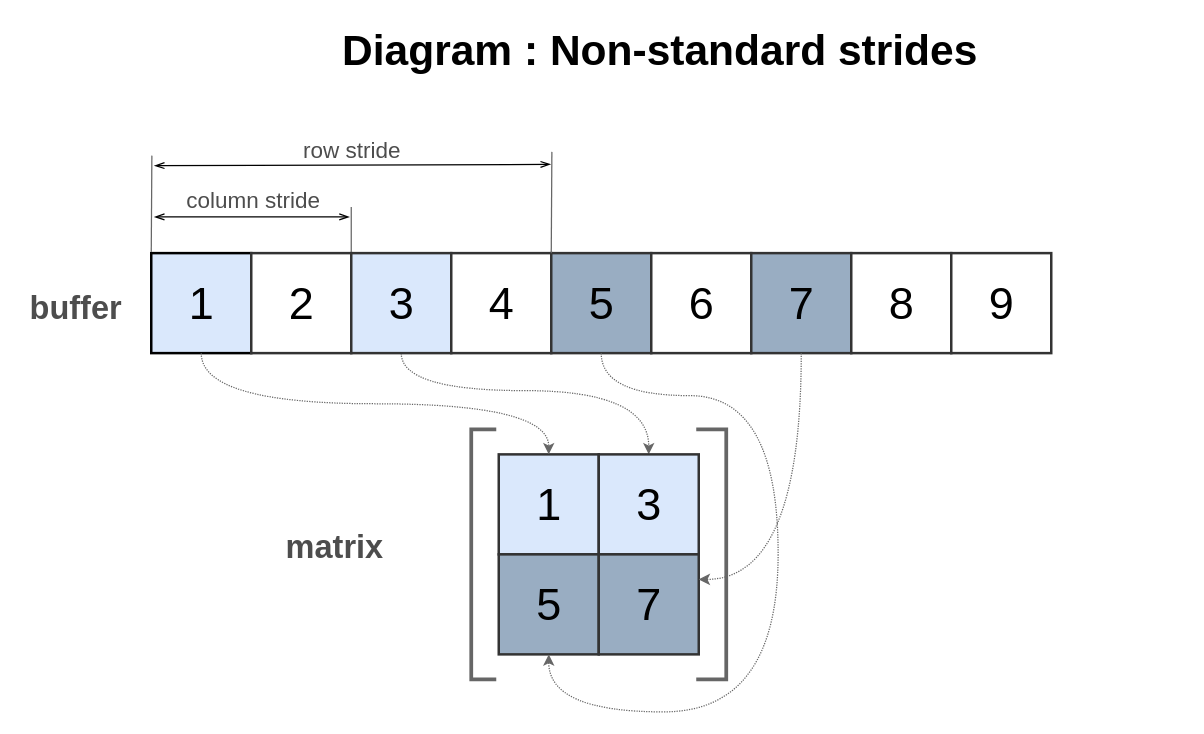
This is page "NonStandardStrides" (3 of 4) of doc/img/Matrix.drawio from Wandalen/wMathMatrix, a draw.io file, before an edit. Source tidied: cells renumbered, new cells numbered last; positions are measured from the earlier drawing's top-left corner, leaving out a move shared by most shapes. Both pictures are drawn from the tidied source at 125%, with x=0, y=0 at pixel (21, 21).
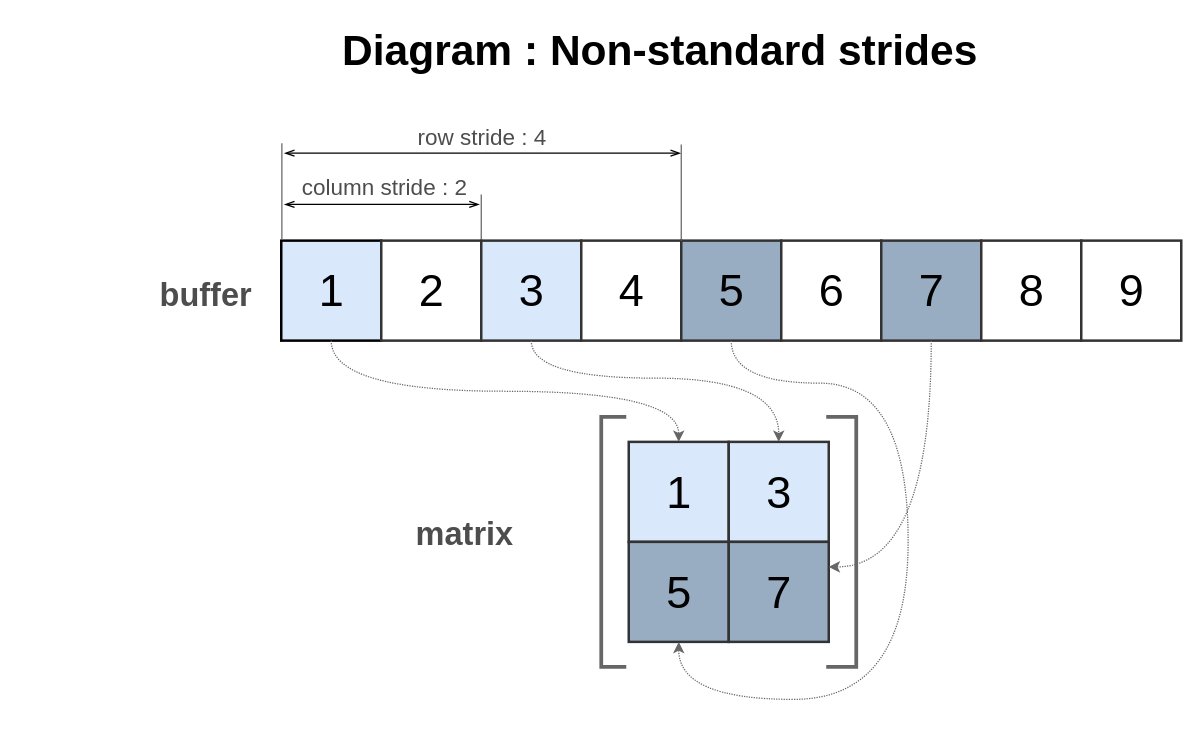
Above is the later version.

What changed in the source:
```diff
@@
+    <mxCell id="15" value="Diagram : Non-standard strides&amp;nbsp;" style="text;html=1;align=center;verticalAlign=middle;fontSize=34;fontColor=#000000;fontStyle=1;" parent="1" vertex="1">
+      <mxGeometry x="251" width="527" height="46" as="geometry" />
+    </mxCell>
+    <mxCell id="31" style="group;" parent="1" vertex="1">
+      <mxGeometry x="104" y="79" width="823.5" height="463" as="geometry" />
+    </mxCell>
-    <mxCell id="2" value="1" style="whiteSpace=wrap;html=1;strokeWidth=2;fontSize=36;strokeColor=#000000;fillColor=#DAE8FC;" parent="1" vertex="1">
-      <mxGeometry x="103.5" y="185" width="80" height="80" as="geometry" />
+    <mxCell id="2" value="1" style="whiteSpace=wrap;html=1;strokeWidth=2;fontSize=36;strokeColor=#000000;fillColor=#DAE8FC;" parent="31" vertex="1">
+      <mxGeometry x="103.5" y="96" width="80" height="80" as="geometry" />
     </mxCell>
-    <mxCell id="3" value="2" style="whiteSpace=wrap;html=1;strokeWidth=2;fontSize=36;fillColor=#FFFFFF;strokeColor=#333333;" parent="1" vertex="1">
-      <mxGeometry x="183.5" y="185" width="80" height="80" as="geometry" />
+    <mxCell id="3" value="2" style="whiteSpace=wrap;html=1;strokeWidth=2;fontSize=36;fillColor=#FFFFFF;strokeColor=#333333;" parent="31" vertex="1">
+      <mxGeometry x="183.5" y="96" width="80" height="80" as="geometry" />
     </mxCell>
-    <mxCell id="4" style="edgeStyle=orthogonalEdgeStyle;rounded=0;jettySize=auto;html=1;exitX=0.5;exitY=1;exitDx=0;exitDy=0;entryX=0.5;entryY=0;entryDx=0;entryDy=0;strokeColor=#666666;curved=1;dashed=1;dashPattern=1 1;" parent="1" edge="1" source="5" target="18">
-      <mxGeometry relative="1" as="geometry">
-        <Array as="points">
-          <mxPoint x="304" y="295" />
-          <mxPoint x="501" y="295" />
-        </Array>
-      </mxGeometry>
-    </mxCell>
-    <mxCell id="5" value="3" style="whiteSpace=wrap;html=1;strokeWidth=2;fontSize=36;strokeColor=#333333;fillColor=#DAE8FC;" parent="1" vertex="1">
-      <mxGeometry x="263.5" y="185" width="80" height="80" as="geometry" />
+    <mxCell id="5" value="3" style="whiteSpace=wrap;html=1;strokeWidth=2;fontSize=36;strokeColor=#333333;fillColor=#DAE8FC;" parent="31" vertex="1">
+      <mxGeometry x="263.5" y="96" width="80" height="80" as="geometry" />
     </mxCell>
-    <mxCell id="6" value="4" style="whiteSpace=wrap;html=1;strokeWidth=2;fontSize=36;fillColor=#FFFFFF;strokeColor=#333333;" parent="1" vertex="1">
-      <mxGeometry x="343.5" y="185" width="80" height="80" as="geometry" />
+    <mxCell id="6" value="4" style="whiteSpace=wrap;html=1;strokeWidth=2;fontSize=36;fillColor=#FFFFFF;strokeColor=#333333;" parent="31" vertex="1">
+      <mxGeometry x="343.5" y="96" width="80" height="80" as="geometry" />
     </mxCell>
-    <mxCell id="7" value="5" style="whiteSpace=wrap;html=1;strokeWidth=2;fontSize=36;strokeColor=#333333;fillColor=#99ADC2;gradientColor=none;fontColor=#000000;" parent="1" vertex="1">
-      <mxGeometry x="423.5" y="185" width="80" height="80" as="geometry" />
+    <mxCell id="7" value="5" style="whiteSpace=wrap;html=1;strokeWidth=2;fontSize=36;strokeColor=#333333;fillColor=#99ADC2;gradientColor=none;fontColor=#000000;" parent="31" vertex="1">
+      <mxGeometry x="423.5" y="96" width="80" height="80" as="geometry" />
     </mxCell>
-    <mxCell id="8" value="6" style="whiteSpace=wrap;html=1;strokeWidth=2;fontSize=36;fillColor=#FFFFFF;strokeColor=#333333;" parent="1" vertex="1">
-      <mxGeometry x="503.5" y="185" width="80" height="80" as="geometry" />
+    <mxCell id="8" value="6" style="whiteSpace=wrap;html=1;strokeWidth=2;fontSize=36;fillColor=#FFFFFF;strokeColor=#333333;" parent="31" vertex="1">
+      <mxGeometry x="503.5" y="96" width="80" height="80" as="geometry" />
     </mxCell>
-    <mxCell id="9" value="7" style="whiteSpace=wrap;html=1;strokeWidth=2;fontSize=36;strokeColor=#333333;fillColor=#99ADC2;fontColor=#000000;" parent="1" vertex="1">
-      <mxGeometry x="583.5" y="185" width="80" height="80" as="geometry" />
+    <mxCell id="9" value="7" style="whiteSpace=wrap;html=1;strokeWidth=2;fontSize=36;strokeColor=#333333;fillColor=#99ADC2;fontColor=#000000;" parent="31" vertex="1">
+      <mxGeometry x="583.5" y="96" width="80" height="80" as="geometry" />
     </mxCell>
-    <mxCell id="10" value="buffer" style="text;html=1;align=center;verticalAlign=middle;fontSize=26;fontColor=#4D4D4D;fontStyle=1;" parent="1" vertex="1">
-      <mxGeometry y="211" width="85" height="36" as="geometry" />
+    <mxCell id="10" value="buffer" style="text;html=1;align=center;verticalAlign=middle;fontSize=26;fontColor=#4D4D4D;fontStyle=1;" parent="31" vertex="1">
+      <mxGeometry y="122" width="85" height="36" as="geometry" />
     </mxCell>
-    <mxCell id="11" value="column stride" style="text;html=1;align=center;verticalAlign=middle;fontSize=18;fontColor=#4D4D4D;" parent="1" vertex="1">
-      <mxGeometry x="126" y="129" width="118" height="27" as="geometry" />
+    <mxCell id="11" value="column stride : 2" style="text;html=1;align=center;verticalAlign=middle;fontSize=18;fontColor=#4D4D4D;" parent="31" vertex="1">
+      <mxGeometry x="114" y="40" width="143" height="27" as="geometry" />
     </mxCell>
-    <mxCell id="12" value="8" style="whiteSpace=wrap;html=1;strokeWidth=2;fontSize=36;strokeColor=#333333;" parent="1" vertex="1">
-      <mxGeometry x="663.5" y="185" width="80" height="80" as="geometry" />
+    <mxCell id="12" value="8" style="whiteSpace=wrap;html=1;strokeWidth=2;fontSize=36;strokeColor=#333333;" parent="31" vertex="1">
+      <mxGeometry x="663.5" y="96" width="80" height="80" as="geometry" />
     </mxCell>
-    <mxCell id="13" value="9" style="whiteSpace=wrap;html=1;strokeWidth=2;fontSize=36;strokeColor=#333333;" parent="1" vertex="1">
-      <mxGeometry x="743.5" y="185" width="80" height="80" as="geometry" />
+    <mxCell id="13" value="9" style="whiteSpace=wrap;html=1;strokeWidth=2;fontSize=36;strokeColor=#333333;" parent="31" vertex="1">
+      <mxGeometry x="743.5" y="96" width="80" height="80" as="geometry" />
     </mxCell>
-    <mxCell id="14" value="row stride" style="text;html=1;align=center;verticalAlign=middle;fontSize=18;fontColor=#4D4D4D;" parent="1" vertex="1">
-      <mxGeometry x="219" y="89" width="89" height="27" as="geometry" />
+    <mxCell id="14" value="row stride : 4" style="text;html=1;align=center;verticalAlign=middle;fontSize=18;fontColor=#4D4D4D;" parent="31" vertex="1">
+      <mxGeometry x="207" width="114" height="27" as="geometry" />
     </mxCell>
-    <mxCell id="15" value="Diagram : Non-standard strides&amp;nbsp;" style="text;html=1;align=center;verticalAlign=middle;fontSize=34;fontColor=#000000;fontStyle=1;" parent="1" vertex="1">
-      <mxGeometry x="251" width="527" height="46" as="geometry" />
-    </mxCell>
-    <mxCell id="16" value="matrix" style="text;html=1;align=center;verticalAlign=middle;fontSize=26;fontColor=#4D4D4D;fontStyle=1;" parent="1" vertex="1">
-      <mxGeometry x="206" y="402" width="88" height="36" as="geometry" />
+    <mxCell id="16" value="matrix" style="text;html=1;align=center;verticalAlign=middle;fontSize=26;fontColor=#4D4D4D;fontStyle=1;" parent="31" vertex="1">
+      <mxGeometry x="206" y="313" width="88" height="36" as="geometry" />
     </mxCell>
-    <mxCell id="17" value="1" style="whiteSpace=wrap;html=1;strokeWidth=2;fontSize=36;strokeColor=#333333;fillColor=#DAE8FC;fontColor=#000000;" parent="1" vertex="1">
-      <mxGeometry x="381.5" y="346" width="80" height="80" as="geometry" />
+    <mxCell id="17" value="1" style="whiteSpace=wrap;html=1;strokeWidth=2;fontSize=36;strokeColor=#333333;fillColor=#DAE8FC;fontColor=#000000;" parent="31" vertex="1">
+      <mxGeometry x="381.5" y="257" width="80" height="80" as="geometry" />
     </mxCell>
-    <mxCell id="18" value="3" style="whiteSpace=wrap;html=1;strokeWidth=2;fontSize=36;strokeColor=#333333;fillColor=#DAE8FC;fontColor=#000000;" parent="1" vertex="1">
-      <mxGeometry x="461.5" y="346" width="80" height="80" as="geometry" />
+    <mxCell id="18" value="3" style="whiteSpace=wrap;html=1;strokeWidth=2;fontSize=36;strokeColor=#333333;fillColor=#DAE8FC;fontColor=#000000;" parent="31" vertex="1">
+      <mxGeometry x="461.5" y="257" width="80" height="80" as="geometry" />
     </mxCell>
-    <mxCell id="19" value="5" style="whiteSpace=wrap;html=1;strokeWidth=2;fontSize=36;strokeColor=#333333;fillColor=#99ADC2;gradientColor=none;" parent="1" vertex="1">
-      <mxGeometry x="381.5" y="426" width="80" height="80" as="geometry" />
+    <mxCell id="19" value="5" style="whiteSpace=wrap;html=1;strokeWidth=2;fontSize=36;strokeColor=#333333;fillColor=#99ADC2;gradientColor=none;" parent="31" vertex="1">
+      <mxGeometry x="381.5" y="337" width="80" height="80" as="geometry" />
     </mxCell>
-    <mxCell id="20" value="7" style="whiteSpace=wrap;html=1;strokeWidth=2;fontSize=36;strokeColor=#333333;fillColor=#99ADC2;fontColor=#000000;" parent="1" vertex="1">
-      <mxGeometry x="461.5" y="426" width="80" height="80" as="geometry" />
+    <mxCell id="20" value="7" style="whiteSpace=wrap;html=1;strokeWidth=2;fontSize=36;strokeColor=#333333;fillColor=#99ADC2;fontColor=#000000;" parent="31" vertex="1">
+      <mxGeometry x="461.5" y="337" width="80" height="80" as="geometry" />
     </mxCell>
-    <mxCell id="21" style="endArrow=none;html=1;fontSize=40;strokeWidth=3;rounded=0;strokeColor=#666666;" parent="1" edge="1">
+    <mxCell id="21" style="endArrow=none;html=1;fontSize=40;strokeWidth=3;rounded=0;strokeColor=#666666;" parent="31" edge="1">
       <mxGeometry relative="1" as="geometry">
-        <mxPoint x="379.5" y="526" as="sourcePoint" />
-        <mxPoint x="379.5" y="326" as="targetPoint" />
+        <mxPoint x="379.5" y="437" as="sourcePoint" />
+        <mxPoint x="379.5" y="237" as="targetPoint" />
         <Array as="points">
-          <mxPoint x="359.5" y="526" />
-          <mxPoint x="359.5" y="326" />
+          <mxPoint x="359.5" y="437" />
+          <mxPoint x="359.5" y="237" />
         </Array>
       </mxGeometry>
     </mxCell>
-    <mxCell id="22" style="endArrow=none;html=1;fontSize=40;strokeWidth=3;rounded=0;strokeColor=#666666;" parent="1" edge="1">
+    <mxCell id="22" style="endArrow=none;html=1;fontSize=40;strokeWidth=3;rounded=0;strokeColor=#666666;" parent="31" edge="1">
       <mxGeometry relative="1" as="geometry">
-        <mxPoint x="539.5" y="326" as="sourcePoint" />
-        <mxPoint x="539.5" y="526" as="targetPoint" />
+        <mxPoint x="539.5" y="237" as="sourcePoint" />
+        <mxPoint x="539.5" y="437" as="targetPoint" />
         <Array as="points">
-          <mxPoint x="563.5" y="326" />
-          <mxPoint x="563.5" y="526" />
+          <mxPoint x="563.5" y="237" />
+          <mxPoint x="563.5" y="437" />
         </Array>
       </mxGeometry>
     </mxCell>
-    <mxCell id="23" style="endArrow=none;html=1;strokeColor=#666666;strokeWidth=1;fontSize=26;fontColor=#333333;exitX=0;exitY=0;exitDx=0;exitDy=0;" parent="1" edge="1">
+    <mxCell id="23" style="endArrow=none;html=1;strokeColor=#666666;strokeWidth=1;fontSize=26;fontColor=#333333;exitX=0;exitY=0;exitDx=0;exitDy=0;" parent="31" edge="1">
       <mxGeometry relative="1" as="geometry">
-        <mxPoint x="103.5" y="184" as="sourcePoint" />
-        <mxPoint x="104" y="107" as="targetPoint" />
+        <mxPoint x="104" y="95" as="sourcePoint" />
+        <mxPoint x="104" y="18" as="targetPoint" />
       </mxGeometry>
     </mxCell>
-    <mxCell id="24" style="endArrow=openThin;startArrow=openThin;html=1;strokeColor=#000000;strokeWidth=1;fontSize=26;fontColor=#333333;startFill=0;endFill=0;" parent="1" edge="1">
+    <mxCell id="24" style="endArrow=openThin;startArrow=openThin;html=1;strokeColor=#000000;strokeWidth=1;fontSize=26;fontColor=#333333;startFill=0;endFill=0;" parent="31" edge="1">
       <mxGeometry relative="1" as="geometry">
-        <mxPoint x="106" y="156" as="sourcePoint" />
-        <mxPoint x="262" y="156" as="targetPoint" />
+        <mxPoint x="106" y="67" as="sourcePoint" />
+        <mxPoint x="262" y="67" as="targetPoint" />
       </mxGeometry>
     </mxCell>
-    <mxCell id="25" style="endArrow=none;html=1;strokeColor=#666666;strokeWidth=1;fontSize=26;fontColor=#333333;exitX=0;exitY=0;exitDx=0;exitDy=0;" parent="1" edge="1" source="7">
-      <mxGeometry relative="1" as="geometry">
-        <mxPoint x="424" y="104" as="targetPoint" />
-      </mxGeometry>
-    </mxCell>
-    <mxCell id="26" style="endArrow=none;html=1;strokeColor=#666666;strokeWidth=1;fontSize=26;fontColor=#333333;exitX=0;exitY=0;exitDx=0;exitDy=0;" parent="1" edge="1">
+    <mxCell id="26" style="endArrow=none;html=1;strokeColor=#666666;strokeWidth=1;fontSize=26;fontColor=#333333;exitX=0;exitY=0;exitDx=0;exitDy=0;" parent="31" edge="1">
       <mxGeometry relative="1" as="geometry">
-        <mxPoint x="263.5" y="184" as="sourcePoint" />
-        <mxPoint x="263.5" y="148" as="targetPoint" />
+        <mxPoint x="263.5" y="95" as="sourcePoint" />
+        <mxPoint x="263.5" y="59" as="targetPoint" />
       </mxGeometry>
     </mxCell>
-    <mxCell id="27" style="endArrow=openThin;startArrow=openThin;html=1;strokeColor=#000000;strokeWidth=1;fontSize=26;fontColor=#333333;startFill=0;endFill=0;" parent="1" edge="1">
+    <mxCell id="27" style="endArrow=openThin;startArrow=openThin;html=1;strokeColor=#000000;strokeWidth=1;fontSize=26;fontColor=#333333;startFill=0;endFill=0;" parent="31" edge="1">
       <mxGeometry relative="1" as="geometry">
-        <mxPoint x="106" y="115" as="sourcePoint" />
-        <mxPoint x="423" y="114" as="targetPoint" />
+        <mxPoint x="106" y="26" as="sourcePoint" />
+        <mxPoint x="423" y="26" as="targetPoint" />
       </mxGeometry>
     </mxCell>
+    <mxCell id="4" style="edgeStyle=orthogonalEdgeStyle;rounded=0;jettySize=auto;html=1;exitX=0.5;exitY=1;exitDx=0;exitDy=0;entryX=0.5;entryY=0;entryDx=0;entryDy=0;strokeColor=#666666;curved=1;dashed=1;dashPattern=1 1;" parent="31" edge="1" source="5" target="18">
+      <mxGeometry relative="1" as="geometry">
+        <Array as="points">
+          <mxPoint x="304" y="206" />
+          <mxPoint x="501" y="206" />
+        </Array>
+      </mxGeometry>
+    </mxCell>
-    <mxCell id="28" style="edgeStyle=orthogonalEdgeStyle;rounded=0;jettySize=auto;html=1;exitX=0.5;exitY=1;exitDx=0;exitDy=0;entryX=0.5;entryY=0;entryDx=0;entryDy=0;strokeColor=#666666;curved=1;dashed=1;dashPattern=1 1;" parent="1" edge="1" source="2" target="17">
+    <mxCell id="28" style="edgeStyle=orthogonalEdgeStyle;rounded=0;jettySize=auto;html=1;exitX=0.5;exitY=1;exitDx=0;exitDy=0;entryX=0.5;entryY=0;entryDx=0;entryDy=0;strokeColor=#666666;curved=1;dashed=1;dashPattern=1 1;" parent="31" edge="1" source="2" target="17">
       <mxGeometry relative="1" as="geometry" />
     </mxCell>
-    <mxCell id="29" style="edgeStyle=orthogonalEdgeStyle;rounded=0;jettySize=auto;html=1;exitX=0.5;exitY=1;exitDx=0;exitDy=0;strokeColor=#666666;curved=1;dashed=1;dashPattern=1 1;entryX=1;entryY=0.25;entryDx=0;entryDy=0;" parent="1" edge="1" source="9" target="20">
+    <mxCell id="29" style="edgeStyle=orthogonalEdgeStyle;rounded=0;jettySize=auto;html=1;exitX=0.5;exitY=1;exitDx=0;exitDy=0;strokeColor=#666666;curved=1;dashed=1;dashPattern=1 1;entryX=1;entryY=0.25;entryDx=0;entryDy=0;" parent="31" edge="1" source="9" target="20">
       <mxGeometry relative="1" as="geometry" />
     </mxCell>
-    <mxCell id="30" style="edgeStyle=orthogonalEdgeStyle;rounded=0;jettySize=auto;html=1;entryX=0.5;entryY=1;entryDx=0;entryDy=0;strokeColor=#666666;curved=1;dashed=1;dashPattern=1 1;exitX=0.5;exitY=1;exitDx=0;exitDy=0;" parent="1" edge="1" source="7" target="19">
+    <mxCell id="30" style="edgeStyle=orthogonalEdgeStyle;rounded=0;jettySize=auto;html=1;entryX=0.5;entryY=1;entryDx=0;entryDy=0;strokeColor=#666666;curved=1;dashed=1;dashPattern=1 1;exitX=0.5;exitY=1;exitDx=0;exitDy=0;" parent="31" edge="1" source="7" target="19">
       <mxGeometry relative="1" as="geometry">
         <Array as="points">
-          <mxPoint x="464" y="299" />
-          <mxPoint x="605" y="299" />
-          <mxPoint x="605" y="552" />
-          <mxPoint x="421" y="552" />
+          <mxPoint x="464" y="210" />
+          <mxPoint x="605" y="210" />
+          <mxPoint x="605" y="463" />
+          <mxPoint x="421" y="463" />
         </Array>
       </mxGeometry>
     </mxCell>
+    <mxCell id="32" style="endArrow=none;html=1;strokeColor=#666666;strokeWidth=1;fontSize=26;fontColor=#333333;exitX=0;exitY=0;exitDx=0;exitDy=0;" parent="31" edge="1">
+      <mxGeometry relative="1" as="geometry">
+        <mxPoint x="423.5" y="96" as="sourcePoint" />
+        <mxPoint x="423.5" y="19" as="targetPoint" />
+      </mxGeometry>
+    </mxCell>
```
